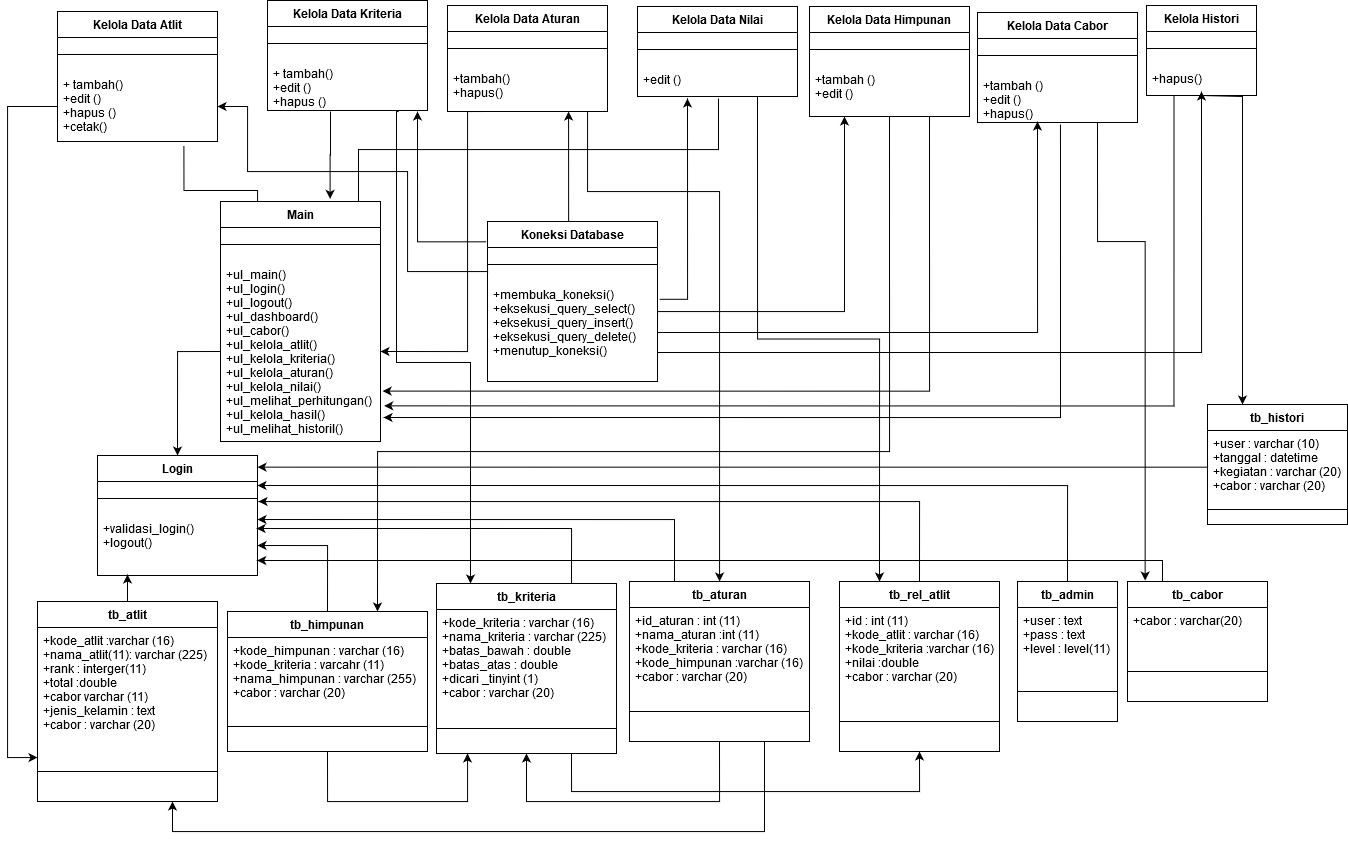
Before: Untitled Diagram.png, a diagram exported from draw.io (NuriCandrawati/nuri-resolusi). Source tidied: cells renumbered, new cells last; positions are measured from the earlier drawing's top-left corner, leaving out a move shared by most shapes.
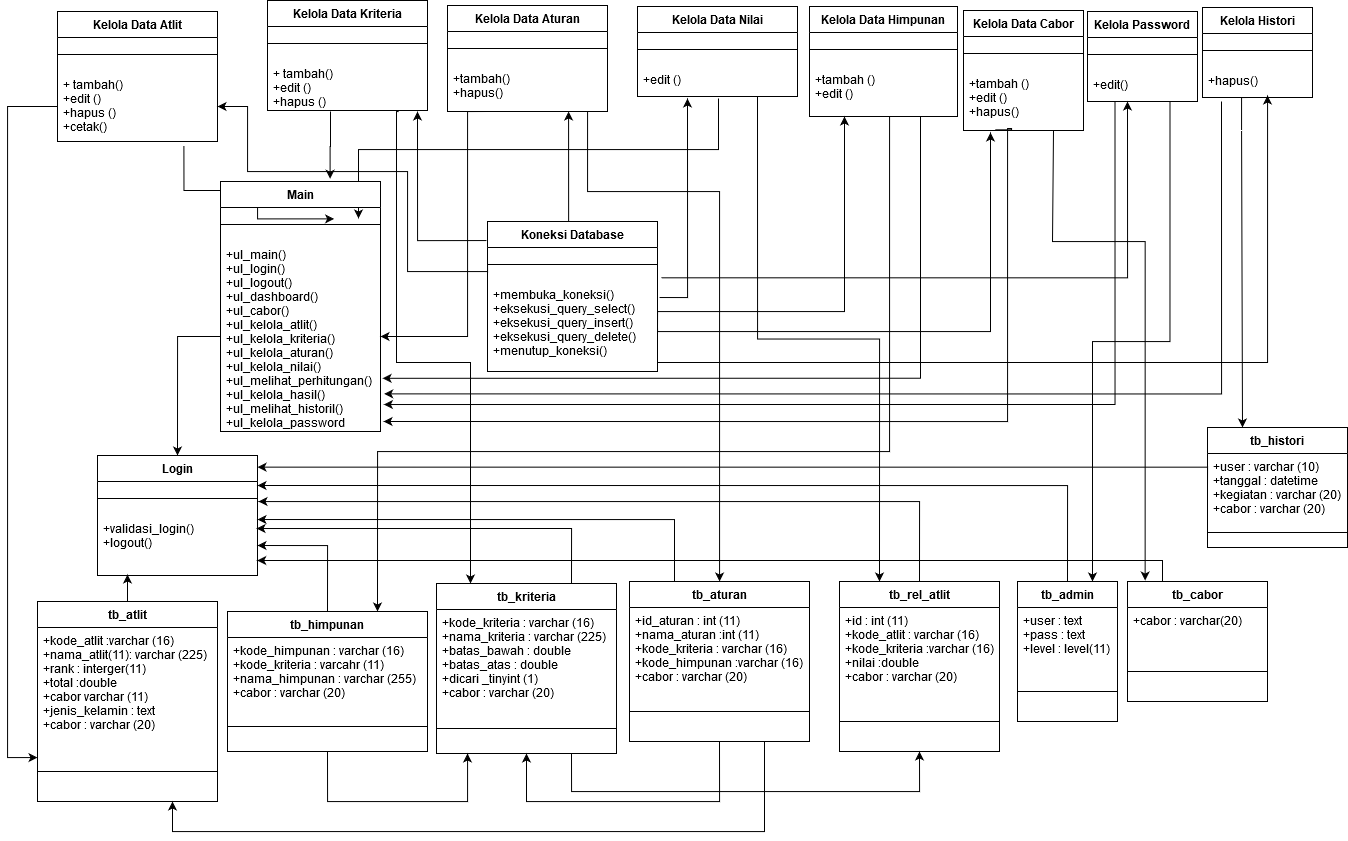
Above is the later version.

Change to the diagram source:
```diff
@@ -109,13 +109,13 @@
       <mxGeometry relative="1" as="geometry" />
     </mxCell>
     <mxCell id="19" value="Kelola Data Himpunan" style="swimlane;fontStyle=1;align=center;verticalAlign=top;horizontal=1;startSize=26;" parent="1" vertex="1">
-      <mxGeometry x="802" y="6" width="160" height="110" as="geometry" />
+      <mxGeometry x="802" y="6" width="148" height="110" as="geometry" />
     </mxCell>
     <mxCell id="20" style="line;strokeWidth=1;fillColor=none;align=left;verticalAlign=middle;spacingTop=-1;spacingLeft=3;spacingRight=3;labelPosition=right;" parent="19" vertex="1">
-      <mxGeometry y="26" width="160" height="34" as="geometry" />
+      <mxGeometry y="26" width="148" height="34" as="geometry" />
     </mxCell>
     <mxCell id="21" value="+tambah ()&#10;+edit () " style="text;strokeColor=none;fillColor=none;align=left;verticalAlign=top;spacingLeft=4;spacingRight=4;overflow=hidden;" parent="19" vertex="1">
-      <mxGeometry y="60" width="160" height="50" as="geometry" />
+      <mxGeometry y="60" width="148" height="50" as="geometry" />
     </mxCell>
     <mxCell id="22" style="edgeStyle=orthogonalEdgeStyle;rounded=0;jettySize=auto;html=1;exitX=0.75;exitY=1;exitDx=0;exitDy=0;entryX=0.75;entryY=1;entryDx=0;entryDy=0;" parent="1" edge="1" source="32" target="58">
       <mxGeometry relative="1" as="geometry">
@@ -133,31 +133,32 @@
         </Array>
       </mxGeometry>
     </mxCell>
-    <mxCell id="24" style="edgeStyle=orthogonalEdgeStyle;rounded=0;orthogonalLoop=1;jettySize=auto;html=1;exitX=0.556;exitY=1.04;exitDx=0;exitDy=0;exitPerimeter=0;" parent="1" edge="1">
+    <mxCell id="24" style="edgeStyle=orthogonalEdgeStyle;rounded=0;jettySize=auto;html=1;exitX=0.264;exitY=0.989;exitDx=0;exitDy=0;exitPerimeter=0;" parent="1" edge="1" source="28">
       <mxGeometry relative="1" as="geometry">
-        <mxPoint x="1053" y="124" as="sourcePoint" />
-        <mxPoint x="376" y="417" as="targetPoint" />
+        <mxPoint x="376" y="421" as="targetPoint" />
         <Array as="points">
-          <mxPoint x="1053" y="417" />
+          <mxPoint x="1004" y="128" />
+          <mxPoint x="1000" y="128" />
+          <mxPoint x="1000" y="421" />
         </Array>
       </mxGeometry>
     </mxCell>
     <mxCell id="25" style="edgeStyle=orthogonalEdgeStyle;rounded=0;jettySize=auto;html=1;exitX=0.75;exitY=1;exitDx=0;exitDy=0;entryX=0.126;entryY=-0.008;entryDx=0;entryDy=0;entryPerimeter=0;" parent="1" edge="1" source="26" target="75">
       <mxGeometry relative="1" as="geometry">
         <Array as="points">
-          <mxPoint x="1090" y="241" />
+          <mxPoint x="1045" y="241" />
           <mxPoint x="1138" y="241" />
         </Array>
       </mxGeometry>
     </mxCell>
     <mxCell id="26" value="Kelola Data Cabor" style="swimlane;fontStyle=1;align=center;verticalAlign=top;horizontal=1;startSize=26;" parent="1" vertex="1">
-      <mxGeometry x="970" y="12" width="160" height="110" as="geometry" />
+      <mxGeometry x="956" y="10" width="120" height="120" as="geometry" />
     </mxCell>
     <mxCell id="27" style="line;strokeWidth=1;fillColor=none;align=left;verticalAlign=middle;spacingTop=-1;spacingLeft=3;spacingRight=3;labelPosition=right;" parent="26" vertex="1">
-      <mxGeometry y="26" width="160" height="34" as="geometry" />
+      <mxGeometry y="26" width="120" height="34" as="geometry" />
     </mxCell>
     <mxCell id="28" value="+tambah ()&#10;+edit ()&#10;+hapus()&#10;" style="text;strokeColor=none;fillColor=none;align=left;verticalAlign=top;spacingLeft=4;spacingRight=4;overflow=hidden;points=[[0,0.5],[1,0.5]];portConstraint=eastwest;" parent="26" vertex="1">
-      <mxGeometry y="60" width="160" height="50" as="geometry" />
+      <mxGeometry y="60" width="120" height="60" as="geometry" />
     </mxCell>
     <mxCell id="29" value="Kelola Data Kriteria" style="swimlane;fontStyle=1;align=center;verticalAlign=top;horizontal=1;startSize=26;" parent="1" vertex="1">
       <mxGeometry x="260" width="160" height="110" as="geometry" />
@@ -186,25 +187,23 @@
         </Array>
       </mxGeometry>
     </mxCell>
-    <mxCell id="36" style="edgeStyle=orthogonalEdgeStyle;rounded=0;jettySize=auto;html=1;exitX=0.5;exitY=1;exitDx=0;exitDy=0;entryX=0.25;entryY=0;entryDx=0;entryDy=0;" parent="1" edge="1" source="38" target="83">
+    <mxCell id="36" style="edgeStyle=orthogonalEdgeStyle;rounded=0;jettySize=auto;html=1;entryX=0.25;entryY=0;entryDx=0;entryDy=0;" parent="1" edge="1" target="83">
       <mxGeometry relative="1" as="geometry">
+        <mxPoint x="1241" y="97" as="sourcePoint" />
         <Array as="points">
-          <mxPoint x="1235" y="96" />
+          <mxPoint x="1234" y="130" />
+          <mxPoint x="1235" y="130" />
         </Array>
       </mxGeometry>
     </mxCell>
-    <mxCell id="37" style="edgeStyle=orthogonalEdgeStyle;rounded=0;jettySize=auto;html=1;exitX=0.25;exitY=1;exitDx=0;exitDy=0;entryX=1.023;entryY=0.802;entryDx=0;entryDy=0;entryPerimeter=0;" parent="1" edge="1" source="38" target="89">
-      <mxGeometry relative="1" as="geometry" />
+    <mxCell id="37" style="edgeStyle=orthogonalEdgeStyle;rounded=0;jettySize=auto;html=1;entryX=1.023;entryY=0.802;entryDx=0;entryDy=0;entryPerimeter=0;" parent="1" edge="1" target="89">
+      <mxGeometry relative="1" as="geometry">
+        <mxPoint x="1214" y="101" as="sourcePoint" />
+        <Array as="points">
+          <mxPoint x="1214" y="393" />
+        </Array>
+      </mxGeometry>
     </mxCell>
-    <mxCell id="38" value="Kelola Histori" style="swimlane;fontStyle=1;align=center;verticalAlign=top;horizontal=1;startSize=26;" parent="1" vertex="1">
-      <mxGeometry x="1139" y="5" width="110" height="90" as="geometry" />
-    </mxCell>
-    <mxCell id="39" style="line;strokeWidth=1;fillColor=none;align=left;verticalAlign=middle;spacingTop=-1;spacingLeft=3;spacingRight=3;labelPosition=right;" parent="38" vertex="1">
-      <mxGeometry y="26" width="110" height="34" as="geometry" />
-    </mxCell>
-    <mxCell id="40" value="+hapus()&#10;" style="text;strokeColor=none;fillColor=none;align=left;verticalAlign=top;spacingLeft=4;spacingRight=4;overflow=hidden;" parent="38" vertex="1">
-      <mxGeometry y="60" width="110" height="30" as="geometry" />
-    </mxCell>
     <mxCell id="41" value="tb_rel_atlit" style="swimlane;fontStyle=1;align=center;verticalAlign=top;horizontal=1;startSize=26;" parent="1" vertex="1">
       <mxGeometry x="832" y="581" width="160" height="170" as="geometry" />
     </mxCell>
@@ -271,6 +270,21 @@
         <mxPoint x="120" y="574" as="targetPoint" />
       </mxGeometry>
     </mxCell>
+    <mxCell id="90" style="edgeStyle=orthogonalEdgeStyle;rounded=0;jettySize=auto;html=1;exitX=0.75;exitY=1;exitDx=0;exitDy=0;entryX=0.75;entryY=0;entryDx=0;entryDy=0;" parent="1" edge="1" source="38" target="69">
+      <mxGeometry relative="1" as="geometry" />
+    </mxCell>
+    <mxCell id="91" style="edgeStyle=orthogonalEdgeStyle;rounded=0;jettySize=auto;html=1;exitX=0.25;exitY=1;exitDx=0;exitDy=0;entryX=1.021;entryY=0.858;entryDx=0;entryDy=0;entryPerimeter=0;" parent="1" edge="1" source="38" target="89">
+      <mxGeometry relative="1" as="geometry" />
+    </mxCell>
+    <mxCell id="38" value="Kelola Password" style="swimlane;fontStyle=1;align=center;verticalAlign=top;horizontal=1;startSize=26;" parent="1" vertex="1">
+      <mxGeometry x="1080" y="11" width="110" height="90" as="geometry" />
+    </mxCell>
+    <mxCell id="39" style="line;strokeWidth=1;fillColor=none;align=left;verticalAlign=middle;spacingTop=-1;spacingLeft=3;spacingRight=3;labelPosition=right;" parent="38" vertex="1">
+      <mxGeometry y="26" width="110" height="34" as="geometry" />
+    </mxCell>
+    <mxCell id="40" value="+edit()&#10;" style="text;strokeColor=none;fillColor=none;align=left;verticalAlign=top;spacingLeft=4;spacingRight=4;overflow=hidden;" parent="38" vertex="1">
+      <mxGeometry y="60" width="110" height="30" as="geometry" />
+    </mxCell>
     <mxCell id="58" value="tb_atlit" style="swimlane;fontStyle=1;align=center;verticalAlign=top;horizontal=1;startSize=26;" parent="1" vertex="1">
       <mxGeometry x="30" y="601" width="180" height="200" as="geometry" />
     </mxCell>
@@ -284,7 +298,7 @@
       <mxGeometry relative="1" as="geometry">
         <Array as="points">
           <mxPoint x="460" y="111" />
-          <mxPoint x="460" y="351" />
+          <mxPoint x="460" y="336" />
         </Array>
       </mxGeometry>
     </mxCell>
@@ -349,29 +363,32 @@
     <mxCell id="77" style="line;strokeWidth=1;fillColor=none;align=left;verticalAlign=middle;spacingTop=-1;spacingLeft=3;spacingRight=3;labelPosition=right;" parent="75" vertex="1">
       <mxGeometry y="60" width="140" height="60" as="geometry" />
     </mxCell>
-    <mxCell id="78" style="edgeStyle=orthogonalEdgeStyle;rounded=0;orthogonalLoop=1;jettySize=auto;html=1;exitX=1;exitY=0.75;exitDx=0;exitDy=0;" parent="1" edge="1">
-      <mxGeometry relative="1" as="geometry">
-        <mxPoint x="650" y="332" as="sourcePoint" />
-        <mxPoint x="1030" y="121" as="targetPoint" />
-      </mxGeometry>
-    </mxCell>
     <mxCell id="79" style="edgeStyle=orthogonalEdgeStyle;rounded=0;orthogonalLoop=1;jettySize=auto;html=1;exitX=1;exitY=0.75;exitDx=0;exitDy=0;" parent="1" edge="1">
       <mxGeometry relative="1" as="geometry">
-        <mxPoint x="650" y="352" as="sourcePoint" />
-        <mxPoint x="1194" y="91" as="targetPoint" />
+        <mxPoint x="650" y="362" as="sourcePoint" />
+        <mxPoint x="1260" y="95" as="targetPoint" />
+        <Array as="points">
+          <mxPoint x="1260" y="362" />
+          <mxPoint x="1260" y="95" />
+        </Array>
       </mxGeometry>
     </mxCell>
+    <mxCell id="92" style="edgeStyle=orthogonalEdgeStyle;rounded=0;jettySize=auto;html=1;exitX=1.022;exitY=-0.041;exitDx=0;exitDy=0;exitPerimeter=0;" parent="1" edge="1" source="82">
+      <mxGeometry relative="1" as="geometry">
+        <mxPoint x="1120" y="101" as="targetPoint" />
+      </mxGeometry>
+    </mxCell>
     <mxCell id="80" value="Koneksi Database" style="swimlane;fontStyle=1;align=center;verticalAlign=top;horizontal=1;startSize=26;" parent="1" vertex="1">
-      <mxGeometry x="480" y="221" width="170" height="160" as="geometry" />
+      <mxGeometry x="480" y="221" width="170" height="150" as="geometry" />
     </mxCell>
     <mxCell id="81" style="line;strokeWidth=1;fillColor=none;align=left;verticalAlign=middle;spacingTop=-1;spacingLeft=3;spacingRight=3;labelPosition=right;" parent="80" vertex="1">
       <mxGeometry y="26" width="170" height="34" as="geometry" />
     </mxCell>
     <mxCell id="82" value="+membuka_koneksi()&#10;+eksekusi_query_select()&#10;+eksekusi_query_insert()&#10;+eksekusi_query_delete()&#10;+menutup_koneksi()&#10;" style="text;strokeColor=none;fillColor=none;align=left;verticalAlign=top;spacingLeft=4;spacingRight=4;overflow=hidden;points=[[0,0.5],[1,0.5]];portConstraint=eastwest;" parent="80" vertex="1">
-      <mxGeometry y="60" width="170" height="100" as="geometry" />
+      <mxGeometry y="60" width="170" height="90" as="geometry" />
     </mxCell>
     <mxCell id="83" value="tb_histori" style="swimlane;fontStyle=1;align=center;verticalAlign=top;horizontal=1;startSize=26;" parent="1" vertex="1">
-      <mxGeometry x="1200" y="404" width="140" height="120" as="geometry" />
+      <mxGeometry x="1200" y="427" width="140" height="120" as="geometry" />
     </mxCell>
     <mxCell id="84" value="+user : varchar (10) &#10;+tanggal : datetime &#10;+kegiatan : varchar (20)&#10;+cabor : varchar (20)&#10;" style="text;strokeColor=none;fillColor=none;align=left;verticalAlign=top;spacingLeft=4;spacingRight=4;overflow=hidden;points=[[0,0.5],[1,0.5]];portConstraint=eastwest;" parent="83" vertex="1">
       <mxGeometry y="26" width="140" height="64" as="geometry" />
@@ -387,13 +404,30 @@
       </mxGeometry>
     </mxCell>
     <mxCell id="87" value="Main" style="swimlane;fontStyle=1;align=center;verticalAlign=top;horizontal=1;startSize=26;" parent="1" vertex="1">
-      <mxGeometry x="213" y="201" width="160" height="240" as="geometry" />
+      <mxGeometry x="213" y="181" width="160" height="250" as="geometry" />
     </mxCell>
     <mxCell id="88" style="line;strokeWidth=1;fillColor=none;align=left;verticalAlign=middle;spacingTop=-1;spacingLeft=3;spacingRight=3;labelPosition=right;" parent="87" vertex="1">
       <mxGeometry y="26" width="160" height="34" as="geometry" />
     </mxCell>
-    <mxCell id="89" value="+ul_main()&#10;+ul_login()&#10;+ul_logout()&#10;+ul_dashboard()&#10;+ul_cabor()&#10;+ul_kelola_atlit()&#10;+ul_kelola_kriteria()&#10;+ul_kelola_aturan()&#10;+ul_kelola_nilai()&#10;+ul_melihat_perhitungan()&#10;+ul_kelola_hasil()&#10;+ul_melihat_historil()&#10;" style="text;strokeColor=none;fillColor=none;align=left;verticalAlign=top;spacingLeft=4;spacingRight=4;overflow=hidden;points=[[0,0.5],[1,0.5]];portConstraint=eastwest;" parent="87" vertex="1">
-      <mxGeometry y="60" width="160" height="180" as="geometry" />
+    <mxCell id="89" value="+ul_main()&#10;+ul_login()&#10;+ul_logout()&#10;+ul_dashboard()&#10;+ul_cabor()&#10;+ul_kelola_atlit()&#10;+ul_kelola_kriteria()&#10;+ul_kelola_aturan()&#10;+ul_kelola_nilai()&#10;+ul_melihat_perhitungan()&#10;+ul_kelola_hasil()&#10;+ul_melihat_historil()&#10;+ul_kelola_password&#10;&#10;" style="text;strokeColor=none;fillColor=none;align=left;verticalAlign=top;spacingLeft=4;spacingRight=4;overflow=hidden;points=[[0,0.5],[1,0.5]];portConstraint=eastwest;" parent="87" vertex="1">
+      <mxGeometry y="60" width="160" height="190" as="geometry" />
     </mxCell>
+    <mxCell id="93" style="edgeStyle=orthogonalEdgeStyle;rounded=0;jettySize=auto;html=1;exitX=1;exitY=0.5;exitDx=0;exitDy=0;" parent="1" edge="1" source="82">
+      <mxGeometry relative="1" as="geometry">
+        <mxPoint x="983" y="132" as="targetPoint" />
+        <Array as="points">
+          <mxPoint x="983" y="331" />
+        </Array>
+      </mxGeometry>
+    </mxCell>
+    <mxCell id="94" value="Kelola Histori" style="swimlane;fontStyle=1;align=center;verticalAlign=top;horizontal=1;startSize=26;" parent="1" vertex="1">
+      <mxGeometry x="1195" y="7" width="110" height="90" as="geometry" />
+    </mxCell>
+    <mxCell id="95" style="line;strokeWidth=1;fillColor=none;align=left;verticalAlign=middle;spacingTop=-1;spacingLeft=3;spacingRight=3;labelPosition=right;" parent="94" vertex="1">
+      <mxGeometry y="26" width="110" height="34" as="geometry" />
+    </mxCell>
+    <mxCell id="96" value="+hapus()&#10;" style="text;strokeColor=none;fillColor=none;align=left;verticalAlign=top;spacingLeft=4;spacingRight=4;overflow=hidden;" parent="94" vertex="1">
+      <mxGeometry y="60" width="110" height="30" as="geometry" />
+    </mxCell>
   </root>
 </mxGraphModel>
```
